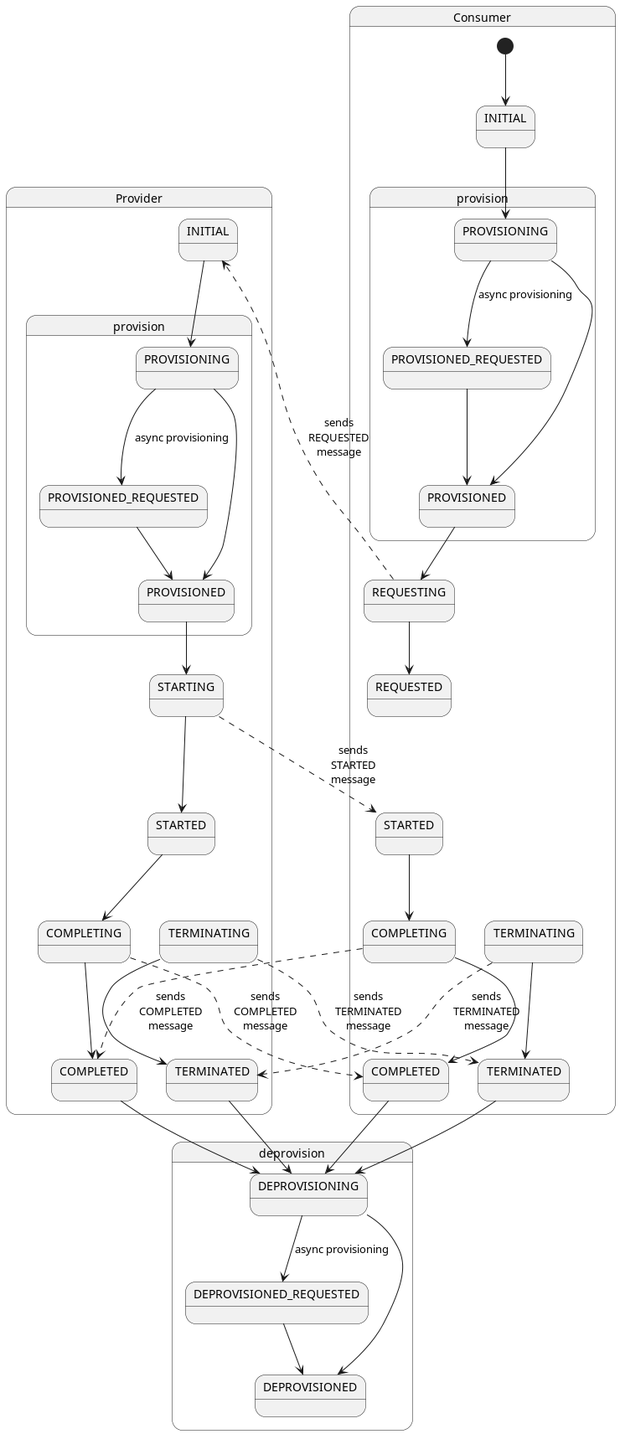
Before: docs/developer/architecture/data-transfer/diagrams/transfer-process-states.png, a diagram exported from PlantUML (eclipse-edc/Connector). Source of this version:
```plantuml
@startuml

state Consumer {
  state "INITIAL" as INITIAL_consumer {
  }
  state "STARTED" as STARTED_consumer {
  }
  state "COMPLETING" as COMPLETING_consumer {
  }
  state "COMPLETED" as COMPLETED_consumer {
  }
  state "provision" as provision_consumer {
      state "PROVISIONING" as PROVISIONING_consumer {
      }
      state "PROVISIONED_REQUESTED" as PROVISIONED_REQUESTED_consumer {
      }
      state "PROVISIONED" as PROVISIONED_consumer {
      }
      PROVISIONING_consumer --> PROVISIONED_REQUESTED_consumer : async provisioning
      PROVISIONED_REQUESTED_consumer --> PROVISIONED_consumer
      PROVISIONING_consumer --> PROVISIONED_consumer
  }
  state "TERMINATING" as TERMINATING_consumer {
  }
  state "TERMINATED" as TERMINATED_consumer {
  }

  [*] --> INITIAL_consumer
  INITIAL_consumer --> PROVISIONING_consumer
  PROVISIONED_consumer --> REQUESTING
  REQUESTING --> REQUESTED
  REQUESTING -[dashed]-> INITIAL_provider : sends\nREQUESTED\nmessage

  REQUESTED -[hidden]-> STARTED_consumer : used for layout

  STARTED_consumer --> COMPLETING_consumer

  COMPLETING_consumer --> COMPLETED_consumer
  COMPLETING_consumer -[dashed]-> COMPLETED_provider : sends\nCOMPLETED\nmessage
  COMPLETED_consumer --> DEPROVISIONING

  STARTED_consumer -[hidden]-> TERMINATING_consumer : used for layout
  TERMINATING_consumer --> TERMINATED_consumer
  TERMINATING_consumer -[dashed]-> TERMINATED_provider : sends\nTERMINATED\nmessage
  TERMINATED_consumer --> DEPROVISIONING
}

state Provider {
  state "INITIAL" as INITIAL_provider {
  }
  state "STARTING" as STARTING_provider {
  }
  state "STARTED" as STARTED_provider {
  }
  state "COMPLETING" as COMPLETING_provider {
  }
  state "COMPLETED" as COMPLETED_provider {
  }
  state "provision" as provision_provider {
      state "PROVISIONING" as PROVISIONING_provider {
      }
      state "PROVISIONED_REQUESTED" as PROVISIONED_REQUESTED_provider {
      }
      state "PROVISIONED" as PROVISIONED_provider {
      }
      PROVISIONING_provider --> PROVISIONED_REQUESTED_provider : async provisioning
      PROVISIONED_REQUESTED_provider --> PROVISIONED_provider
      PROVISIONING_provider --> PROVISIONED_provider
  }
  state "TERMINATING" as TERMINATING_provider {
  }
  state "TERMINATED" as TERMINATED_provider {
  }

  INITIAL_provider --> PROVISIONING_provider
  PROVISIONED_provider --> STARTING_provider
  STARTING_provider --> STARTED_provider
  STARTING_provider -[dashed]-> STARTED_consumer : sends\nSTARTED\nmessage

  STARTED_provider --> COMPLETING_provider
  COMPLETING_provider --> COMPLETED_provider
  COMPLETING_provider -[dashed]-> COMPLETED_consumer : sends\nCOMPLETED\nmessage
  COMPLETED_provider --> DEPROVISIONING

  STARTED_provider -[hidden]-> TERMINATING_provider : used for layout
  TERMINATING_provider --> TERMINATED_provider
  TERMINATING_provider -[dashed]-> TERMINATED_consumer : sends\nTERMINATED\nmessage
  TERMINATED_provider --> DEPROVISIONING
}

state deprovision {
    state DEPROVISIONING {
    }
    state DEPROVISIONED {
    }
    DEPROVISIONING --> DEPROVISIONED_REQUESTED : async provisioning
    DEPROVISIONED_REQUESTED --> DEPROVISIONED
    DEPROVISIONING --> DEPROVISIONED
}

@enduml
```
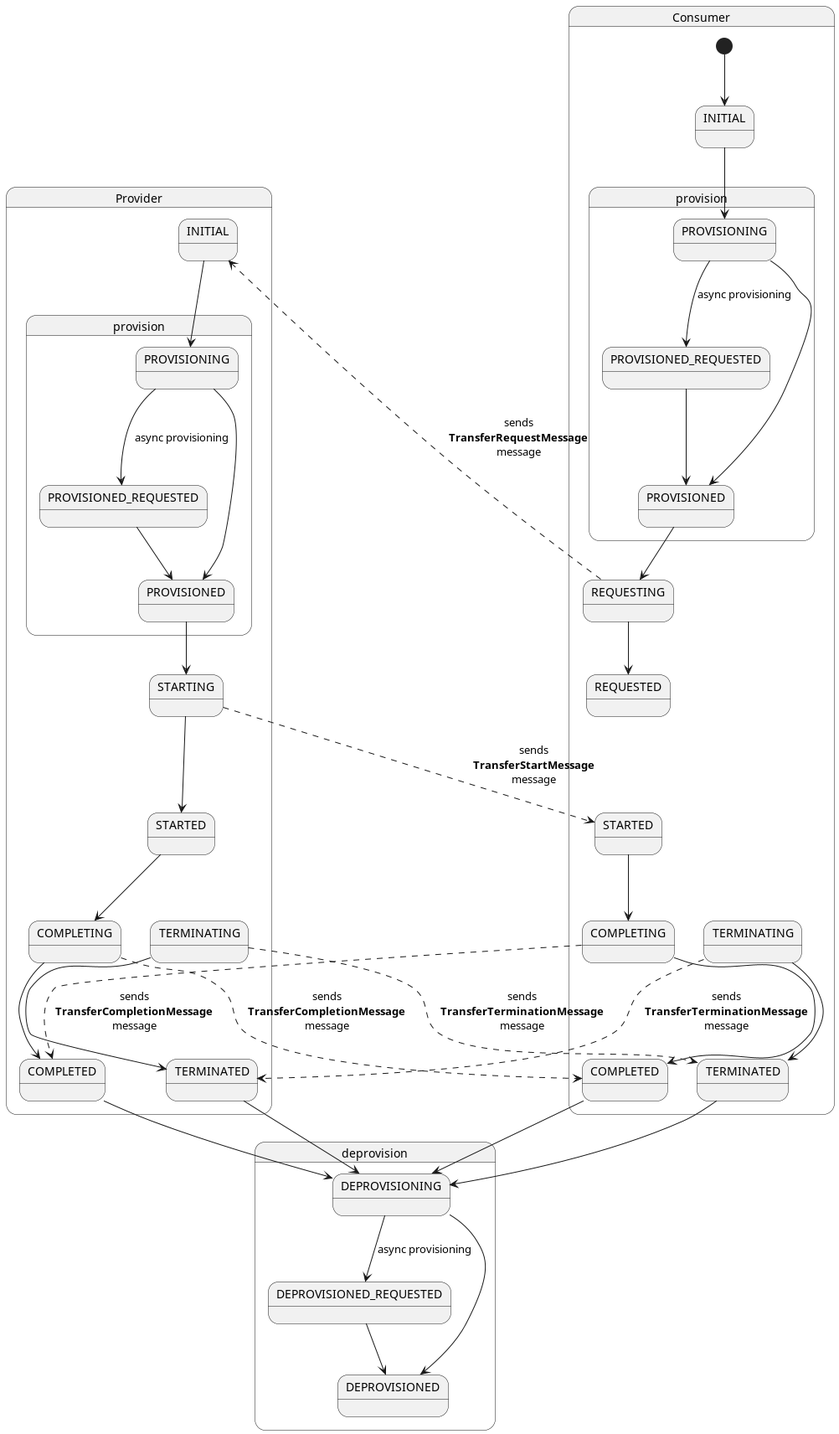
Later version of the same file.

Commit message:
docs(transfer-process): fix message names

Diff of the diagram source:
```diff
@@ -29,19 +29,19 @@
   INITIAL_consumer --> PROVISIONING_consumer
   PROVISIONED_consumer --> REQUESTING
   REQUESTING --> REQUESTED
-  REQUESTING -[dashed]-> INITIAL_provider : sends\nREQUESTED\nmessage
+  REQUESTING -[dashed]-> INITIAL_provider : sends\n**TransferRequestMessage**\nmessage
 
   REQUESTED -[hidden]-> STARTED_consumer : used for layout
 
   STARTED_consumer --> COMPLETING_consumer
 
   COMPLETING_consumer --> COMPLETED_consumer
-  COMPLETING_consumer -[dashed]-> COMPLETED_provider : sends\nCOMPLETED\nmessage
+  COMPLETING_consumer -[dashed]-> COMPLETED_provider : sends\n**TransferCompletionMessage**\nmessage
   COMPLETED_consumer --> DEPROVISIONING
 
   STARTED_consumer -[hidden]-> TERMINATING_consumer : used for layout
   TERMINATING_consumer --> TERMINATED_consumer
-  TERMINATING_consumer -[dashed]-> TERMINATED_provider : sends\nTERMINATED\nmessage
+  TERMINATING_consumer -[dashed]-> TERMINATED_provider : sends\n**TransferTerminationMessage**\nmessage
   TERMINATED_consumer --> DEPROVISIONING
 }
 
@@ -75,16 +75,16 @@
   INITIAL_provider --> PROVISIONING_provider
   PROVISIONED_provider --> STARTING_provider
   STARTING_provider --> STARTED_provider
-  STARTING_provider -[dashed]-> STARTED_consumer : sends\nSTARTED\nmessage
+  STARTING_provider -[dashed]-> STARTED_consumer : sends\n**TransferStartMessage**\nmessage
 
   STARTED_provider --> COMPLETING_provider
   COMPLETING_provider --> COMPLETED_provider
-  COMPLETING_provider -[dashed]-> COMPLETED_consumer : sends\nCOMPLETED\nmessage
+  COMPLETING_provider -[dashed]-> COMPLETED_consumer : sends\n**TransferCompletionMessage**\nmessage
   COMPLETED_provider --> DEPROVISIONING
 
   STARTED_provider -[hidden]-> TERMINATING_provider : used for layout
   TERMINATING_provider --> TERMINATED_provider
-  TERMINATING_provider -[dashed]-> TERMINATED_consumer : sends\nTERMINATED\nmessage
+  TERMINATING_provider -[dashed]-> TERMINATED_consumer : sends\n**TransferTerminationMessage**\nmessage
   TERMINATED_provider --> DEPROVISIONING
 }
 
```
